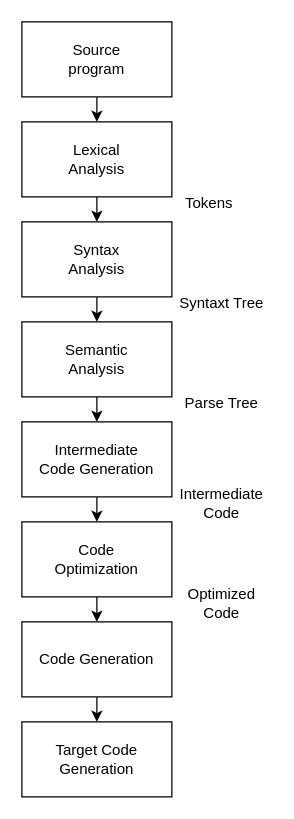
Above: Compiler_fig_03.drawio in asthanegi14/Software_Engineering (draw.io), before the change. Source tidied: cells renumbered, new cells numbered last; positions are measured from the earlier drawing's top-left corner, leaving out a move shared by most shapes. Both pictures are drawn from the tidied source at 125%, with x=0, y=0 at pixel (21, 21).
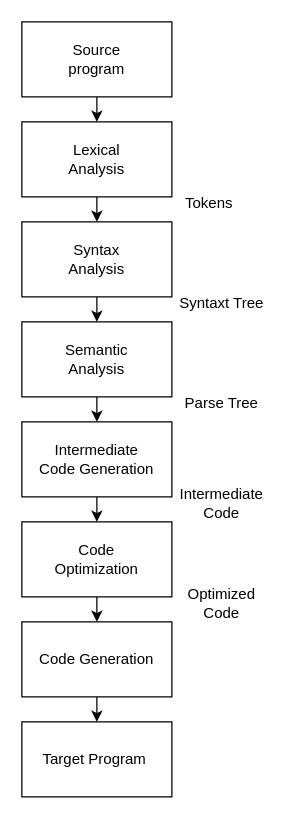
The same diagram, later.

Change to the diagram source:
```diff
@@
-    <mxCell id="24" value="Target Code Generation" style="text;html=1;strokeColor=none;fillColor=none;align=center;verticalAlign=middle;whiteSpace=wrap;rounded=0;" parent="1" vertex="1">
+    <mxCell id="24" value="Target Program&amp;nbsp;" style="text;html=1;strokeColor=none;fillColor=none;align=center;verticalAlign=middle;whiteSpace=wrap;rounded=0;" parent="1" vertex="1">
       <mxGeometry x="10" y="575" width="100" height="30" as="geometry" />
     </mxCell>
```
